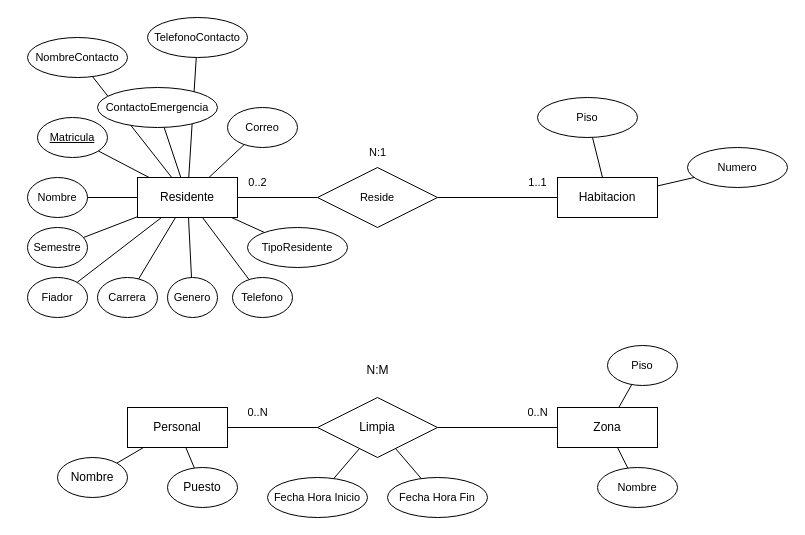
Before: Diagramas/Modelo E-R.drawio in IslaZzz/SistemaResidenciasITSON, a draw.io diagram. Source tidied: cells renumbered, new cells numbered last; positions are measured from the earlier drawing's top-left corner, leaving out a move shared by most shapes. Both pictures are drawn from the tidied source at 100%, with x=0, y=0 at pixel (27, 17).
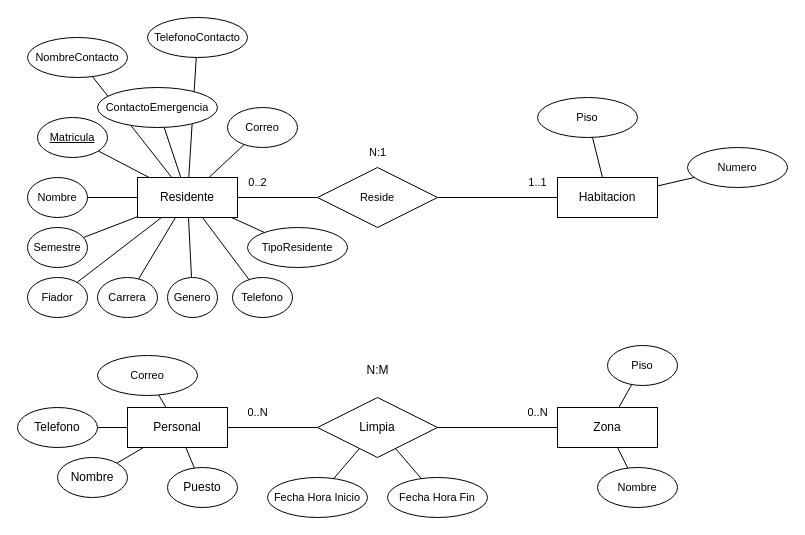
Above is the later version.

The change refers to these unchanged cells:
```xml
<mxCell id="29" value="Personal" style="whiteSpace=wrap;html=1;align=center;" parent="1" vertex="1">
  <mxGeometry x="100" y="390" width="100" height="40" as="geometry" />
</mxCell>
```

Diff of the diagram source:
```diff
@@
+    <mxCell id="58" style="edgeStyle=none;html=1;endArrow=none;endFill=0;" parent="1" edge="1" source="29" target="60">
+      <mxGeometry relative="1" as="geometry" />
+    </mxCell>
+    <mxCell id="59" style="edgeStyle=none;shape=connector;rounded=1;html=1;strokeColor=default;align=center;verticalAlign=middle;fontFamily=Helvetica;fontSize=11;fontColor=default;labelBackgroundColor=default;endArrow=none;endFill=0;" parent="1" edge="1" source="29" target="61">
+      <mxGeometry relative="1" as="geometry" />
+    </mxCell>
@@
+    <mxCell id="60" value="Telefono" style="ellipse;whiteSpace=wrap;html=1;align=center;" parent="1" vertex="1">
+      <mxGeometry x="-10" y="390" width="80" height="40" as="geometry" />
+    </mxCell>
+    <mxCell id="61" value="Correo" style="ellipse;whiteSpace=wrap;html=1;align=center;fontFamily=Helvetica;fontSize=11;fontColor=default;labelBackgroundColor=default;" parent="1" vertex="1">
+      <mxGeometry x="70" y="338" width="100" height="40" as="geometry" />
+    </mxCell>
```
